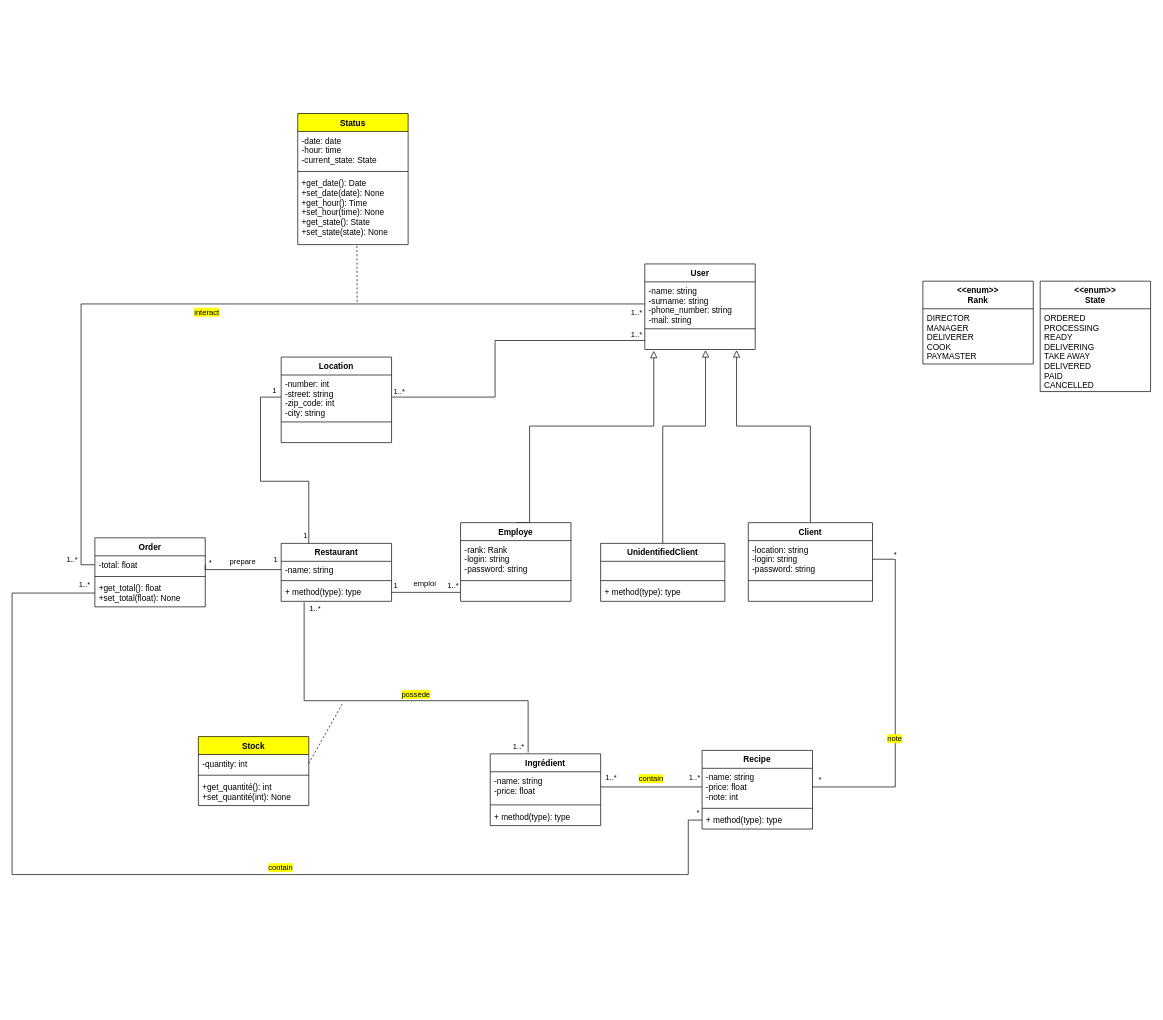
Above: Diagramme de classe.drawio in damien-devpy/OC-P6 (draw.io), before the change. Source tidied: cells renumbered, new cells numbered last; positions are measured from the earlier drawing's top-left corner, leaving out a move shared by most shapes. Both pictures are drawn from the tidied source at 69%, with x=0, y=0 at pixel (12, 113).
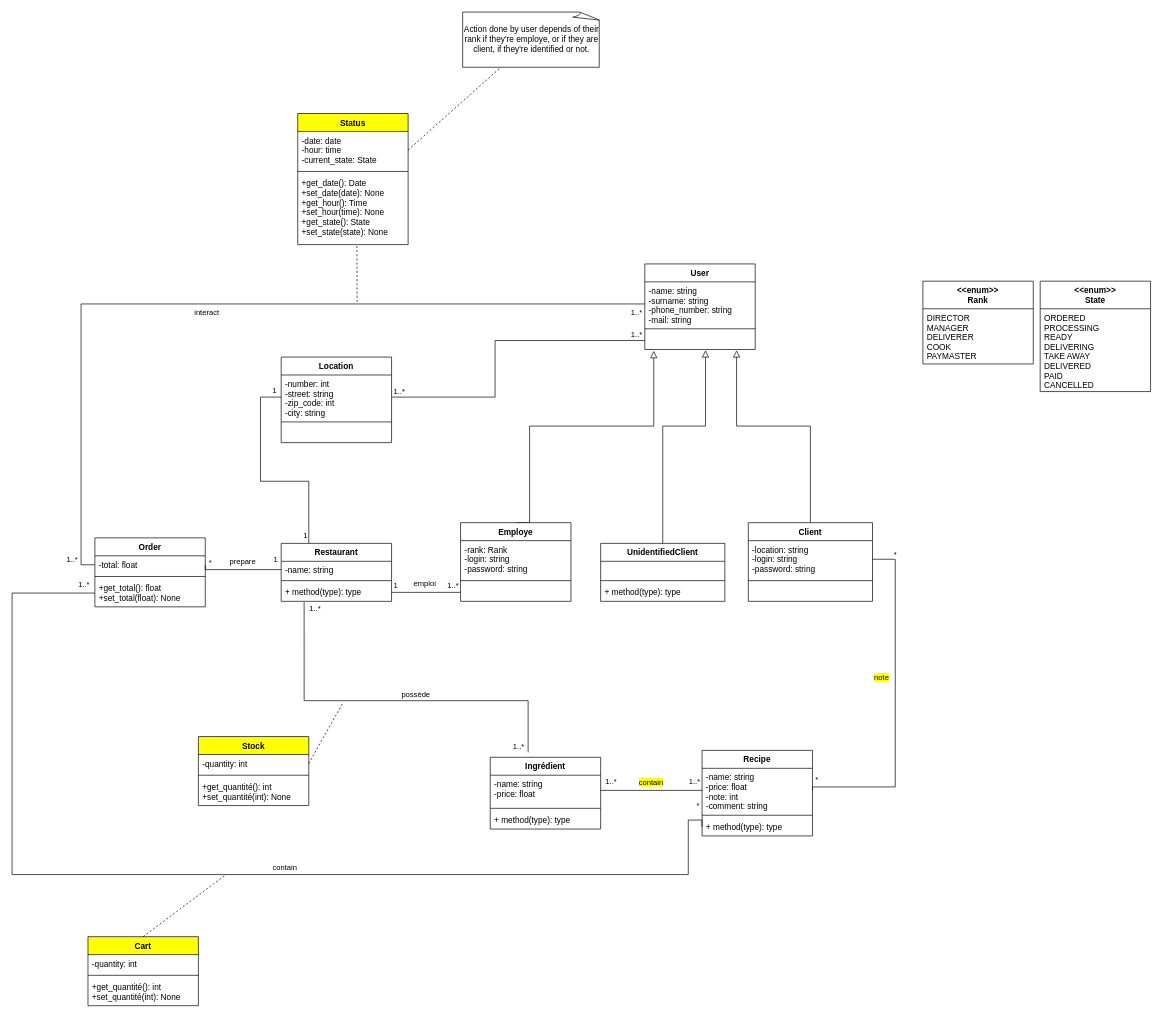
The same diagram, later.

The change refers to these unchanged cells:
```xml
<mxCell id="6" style="endArrow=none;html=1;exitX=0.5;exitY=0;exitDx=0;exitDy=0;edgeStyle=orthogonalEdgeStyle;rounded=0;entryX=0.208;entryY=1.047;entryDx=0;entryDy=0;entryPerimeter=0;" parent="1" edge="1" target="58">
  <mxGeometry relative="1" as="geometry">
    <mxPoint x="747.9" y="926" as="sourcePoint" />
    <Array as="points">
      <mxPoint x="748" y="851" />
      <mxPoint x="423" y="851" />
      <mxPoint x="423" y="708" />
    </Array>
  </mxGeometry>
</mxCell>
<mxCell id="16" style="edgeStyle=orthogonalEdgeStyle;rounded=0;jettySize=auto;html=1;exitX=1;exitY=0.5;exitDx=0;exitDy=0;entryX=1;entryY=0.5;entryDx=0;entryDy=0;endArrow=none;endFill=0;endSize=8;" parent="1" edge="1" source="48" target="60">
  <mxGeometry relative="1" as="geometry">
    <Array as="points">
      <mxPoint x="1280" y="646" />
      <mxPoint x="1280" y="976" />
    </Array>
  </mxGeometry>
</mxCell>
<mxCell id="25" style="edgeStyle=orthogonalEdgeStyle;rounded=0;jettySize=auto;html=1;exitX=0;exitY=0.5;exitDx=0;exitDy=0;entryX=0;entryY=0.5;entryDx=0;entryDy=0;endArrow=none;endFill=0;" parent="1" edge="1" source="35" target="64">
  <mxGeometry relative="1" as="geometry">
    <Array as="points">
      <mxPoint x="100" y="276" />
      <mxPoint x="100" y="654" />
    </Array>
  </mxGeometry>
</mxCell>
<mxCell id="29" style="edgeStyle=orthogonalEdgeStyle;rounded=0;jettySize=auto;html=1;exitX=0;exitY=0.5;exitDx=0;exitDy=0;entryX=0;entryY=0.5;entryDx=0;entryDy=0;endArrow=none;endFill=0;" parent="1" edge="1" source="62" target="66">
  <mxGeometry relative="1" as="geometry">
    <Array as="points">
      <mxPoint x="980" y="1024" />
      <mxPoint x="980" y="1103" />
      <mxPoint y="1103" />
      <mxPoint y="695" />
    </Array>
  </mxGeometry>
</mxCell>
<mxCell id="40" value="-date: date&#10;-hour: time&#10;-current_state: State" style="text;strokeColor=none;fillColor=none;align=left;verticalAlign=top;spacingLeft=4;spacingRight=4;overflow=hidden;points=[[0,0.5],[1,0.5]];portConstraint=eastwest;" parent="39" vertex="1">
  <mxGeometry y="26" width="160" height="54" as="geometry" />
</mxCell>
```

What changed in the source:
```diff
@@
-    <mxCell id="7" value="possède" style="edgeLabel;html=1;align=center;verticalAlign=middle;labelBackgroundColor=#FFFF00;" parent="6" vertex="1">
+    <mxCell id="7" value="possède" style="edgeLabel;html=1;align=center;verticalAlign=middle;labelBackgroundColor=#FFFFFF;" parent="6" vertex="1">
       <mxGeometry x="-0.19" y="2" relative="1" as="geometry">
         <mxPoint x="-18.9" y="-12" as="offset" />
       </mxGeometry>
     </mxCell>
@@
     <mxCell id="17" value="note" style="edgeLabel;html=1;align=center;verticalAlign=middle;labelBackgroundColor=#FFFF00;" parent="16" vertex="1">
       <mxGeometry x="0.24" y="-2" relative="1" as="geometry">
-        <mxPoint y="-7" as="offset" />
+        <mxPoint x="-18.1" y="-99.9" as="offset" />
       </mxGeometry>
     </mxCell>
@@
-    <mxCell id="26" value="interact" style="edgeLabel;html=1;align=center;verticalAlign=middle;labelBackgroundColor=#FFFF00;" parent="25" vertex="1">
+    <mxCell id="26" value="interact" style="edgeLabel;html=1;align=center;verticalAlign=middle;labelBackgroundColor=none;" parent="25" vertex="1">
       <mxGeometry x="0.06" relative="1" as="geometry">
         <mxPoint x="8" y="11" as="offset" />
       </mxGeometry>
     </mxCell>
@@
-    <mxCell id="30" value="contain" style="edgeLabel;html=1;align=center;verticalAlign=middle;labelBackgroundColor=#FFFF00;" parent="29" vertex="1">
+    <mxCell id="30" value="contain" style="edgeLabel;html=1;align=center;verticalAlign=middle;labelBackgroundColor=#FFFFFF;labelBorderColor=none;" parent="29" vertex="1">
       <mxGeometry x="-0.13" y="2" relative="1" as="geometry">
         <mxPoint x="8" y="-13" as="offset" />
       </mxGeometry>
     </mxCell>
@@
     <mxCell id="43" value="Ingrédient" style="swimlane;fontStyle=1;align=center;verticalAlign=top;horizontal=1;startSize=26;" parent="1" vertex="1">
-      <mxGeometry x="693" y="928" width="160" height="104" as="geometry" />
+      <mxGeometry x="693" y="933" width="160" height="104" as="geometry" />
     </mxCell>
@@
     <mxCell id="59" value="Recipe" style="swimlane;fontStyle=1;align=center;verticalAlign=top;horizontal=1;startSize=26;" parent="1" vertex="1">
-      <mxGeometry x="1000" y="923" width="160" height="114" as="geometry" />
+      <mxGeometry x="1000" y="923" width="160" height="124" as="geometry" />
     </mxCell>
-    <mxCell id="60" value="-name: string&#10;-price: float&#10;-note: int" style="text;strokeColor=none;fillColor=none;align=left;verticalAlign=top;spacingLeft=4;spacingRight=4;overflow=hidden;points=[[0,0.5],[1,0.5]];portConstraint=eastwest;" parent="59" vertex="1">
-      <mxGeometry y="26" width="160" height="54" as="geometry" />
+    <mxCell id="60" value="-name: string&#10;-price: float&#10;-note: int&#10;-comment: string" style="text;strokeColor=none;fillColor=none;align=left;verticalAlign=top;spacingLeft=4;spacingRight=4;overflow=hidden;points=[[0,0.5],[1,0.5]];portConstraint=eastwest;" parent="59" vertex="1">
+      <mxGeometry y="26" width="160" height="64" as="geometry" />
     </mxCell>
     <mxCell id="61" style="line;strokeWidth=1;fillColor=none;align=left;verticalAlign=middle;spacingTop=-1;spacingLeft=3;spacingRight=3;labelPosition=right;" parent="59" vertex="1">
-      <mxGeometry y="80" width="160" height="8" as="geometry" />
+      <mxGeometry y="90" width="160" height="8" as="geometry" />
     </mxCell>
     <mxCell id="62" value="+ method(type): type" style="text;strokeColor=none;fillColor=none;align=left;verticalAlign=top;spacingLeft=4;spacingRight=4;overflow=hidden;points=[[0,0.5],[1,0.5]];portConstraint=eastwest;" parent="59" vertex="1">
-      <mxGeometry y="88" width="160" height="26" as="geometry" />
+      <mxGeometry y="98" width="160" height="26" as="geometry" />
     </mxCell>
@@
+    <mxCell id="89" style="endArrow=none;dashed=1;html=1;exitX=1;exitY=0.5;exitDx=0;exitDy=0;" parent="1" edge="1" source="40" target="90">
+      <mxGeometry relative="1" as="geometry" />
+    </mxCell>
+    <mxCell id="90" value="Action done by user depends of their rank if they're employe, or if they are client, if they're identified or not." style="whiteSpace=wrap;html=1;shape=mxgraph.basic.document;" parent="1" vertex="1">
+      <mxGeometry x="653" y="-147" width="200" height="80" as="geometry" />
+    </mxCell>
+    <mxCell id="91" value="Cart" style="swimlane;fontStyle=1;align=center;verticalAlign=top;horizontal=1;startSize=26;fillColor=#FFFF00;" parent="1" vertex="1">
+      <mxGeometry x="110" y="1193" width="160" height="100" as="geometry" />
+    </mxCell>
+    <mxCell id="92" value="-quantity: int" style="text;strokeColor=none;fillColor=none;align=left;verticalAlign=top;spacingLeft=4;spacingRight=4;overflow=hidden;" parent="91" vertex="1">
+      <mxGeometry y="26" width="160" height="26" as="geometry" />
+    </mxCell>
+    <mxCell id="93" style="line;strokeWidth=1;fillColor=none;align=left;verticalAlign=middle;spacingTop=-1;spacingLeft=3;spacingRight=3;labelPosition=right;" parent="91" vertex="1">
+      <mxGeometry y="52" width="160" height="8" as="geometry" />
+    </mxCell>
+    <mxCell id="94" value="+get_quantité(): int&#10;+set_quantité(int): None" style="text;strokeColor=none;fillColor=none;align=left;verticalAlign=top;spacingLeft=4;spacingRight=4;overflow=hidden;" parent="91" vertex="1">
+      <mxGeometry y="60" width="160" height="40" as="geometry" />
+    </mxCell>
+    <mxCell id="95" style="endArrow=none;dashed=1;html=1;exitX=0.5;exitY=0;exitDx=0;exitDy=0;" parent="1" edge="1" source="91">
+      <mxGeometry relative="1" as="geometry">
+        <mxPoint x="310" y="1103" as="targetPoint" />
+      </mxGeometry>
+    </mxCell>
```
